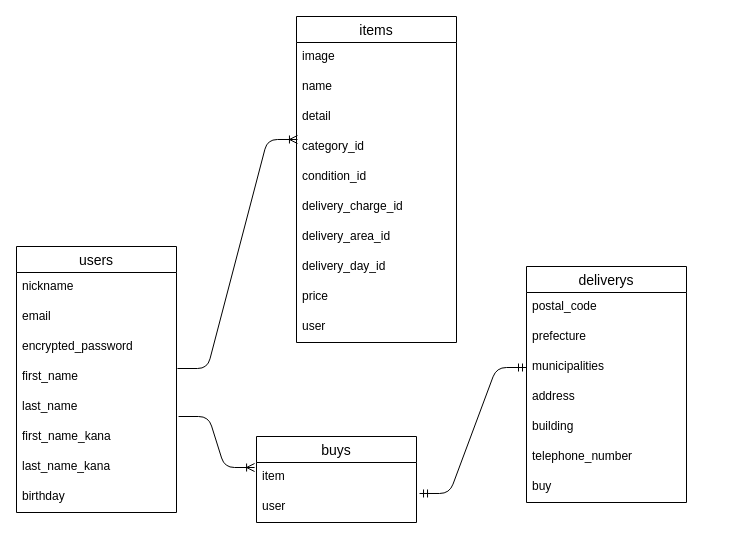
Earlier version of the draw.io diagram furima.dio (gafueru/furima-38756). Source tidied: cells renumbered, new cells numbered last; positions are measured from the earlier drawing's top-left corner, leaving out a move shared by most shapes. Both pictures are drawn from the tidied source at 100%, with x=0, y=0 at pixel (16, 16).
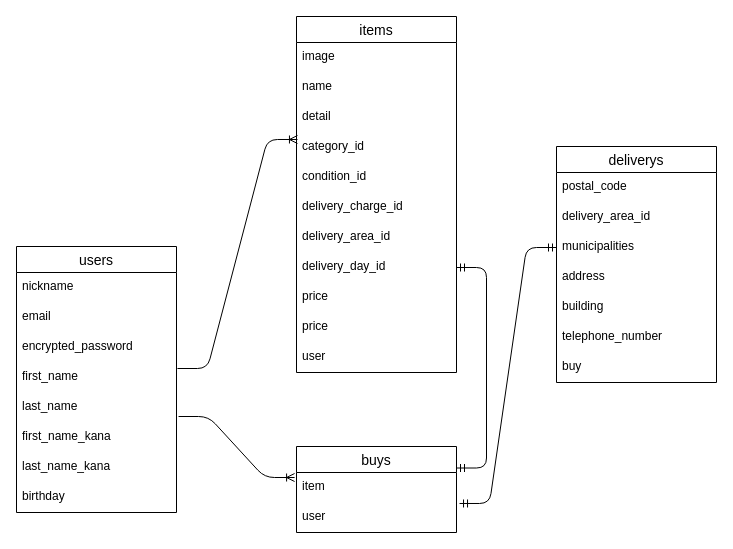
The same diagram, later.

The change refers to these unchanged cells:
```xml
<mxCell id="19" value="delivery_day_id" style="text;strokeColor=none;fillColor=none;spacingLeft=4;spacingRight=4;overflow=hidden;points=[[0,0.5],[1,0.5]];portConstraint=eastwest;fontSize=12;" parent="11" vertex="1">
  <mxGeometry y="236" width="160" height="30" as="geometry" />
</mxCell>
```

Diff of the diagram source:
```diff
@@
     <mxCell id="11" value="items" style="swimlane;fontStyle=0;horizontal=1;startSize=26;align=center;fontSize=14;" parent="1" vertex="1">
-      <mxGeometry x="280" width="160" height="326" as="geometry" />
+      <mxGeometry x="280" width="160" height="356" as="geometry" />
     </mxCell>
@@
+    <mxCell id="36" value="price" style="text;strokeColor=none;fillColor=none;spacingLeft=4;spacingRight=4;overflow=hidden;fontSize=12;" parent="11" vertex="1">
+      <mxGeometry y="266" width="160" height="30" as="geometry" />
+    </mxCell>
     <mxCell id="20" value="price" style="text;strokeColor=none;fillColor=none;spacingLeft=4;spacingRight=4;overflow=hidden;fontSize=12;" parent="11" vertex="1">
-      <mxGeometry y="266" width="160" height="30" as="geometry" />
+      <mxGeometry y="296" width="160" height="30" as="geometry" />
     </mxCell>
     <mxCell id="21" value="user" style="text;strokeColor=none;fillColor=none;spacingLeft=4;spacingRight=4;overflow=hidden;fontSize=12;" parent="11" vertex="1">
-      <mxGeometry y="296" width="160" height="30" as="geometry" />
+      <mxGeometry y="326" width="160" height="30" as="geometry" />
     </mxCell>
     <mxCell id="22" value="deliverys" style="swimlane;fontStyle=0;horizontal=1;startSize=26;align=center;fontSize=14;" parent="1" vertex="1">
-      <mxGeometry x="510" y="250" width="160" height="236" as="geometry" />
+      <mxGeometry x="540" y="130" width="160" height="236" as="geometry" />
     </mxCell>
@@
-    <mxCell id="24" value="prefecture" style="text;strokeColor=none;fillColor=none;spacingLeft=4;spacingRight=4;overflow=hidden;fontSize=12;" parent="22" vertex="1">
+    <mxCell id="24" value="delivery_area_id" style="text;strokeColor=none;fillColor=none;spacingLeft=4;spacingRight=4;overflow=hidden;fontSize=12;" parent="22" vertex="1">
       <mxGeometry y="56" width="160" height="30" as="geometry" />
     </mxCell>
@@
     <mxCell id="30" value="buys" style="swimlane;fontStyle=0;horizontal=1;startSize=26;align=center;fontSize=14;" parent="1" vertex="1">
-      <mxGeometry x="240" y="420" width="160" height="86" as="geometry" />
+      <mxGeometry x="280" y="430" width="160" height="86" as="geometry" />
     </mxCell>
@@
+    <mxCell id="37" style="edgeStyle=entityRelationEdgeStyle;fontSize=12;html=1;endArrow=ERmandOne;startArrow=ERmandOne;targetPerimeterSpacing=0;strokeWidth=1;elbow=vertical;entryX=1;entryY=0.5;entryDx=0;entryDy=0;exitX=1;exitY=0.25;exitDx=0;exitDy=0;" parent="1" edge="1" source="30" target="19">
+      <mxGeometry relative="1" as="geometry" />
+    </mxCell>
```
